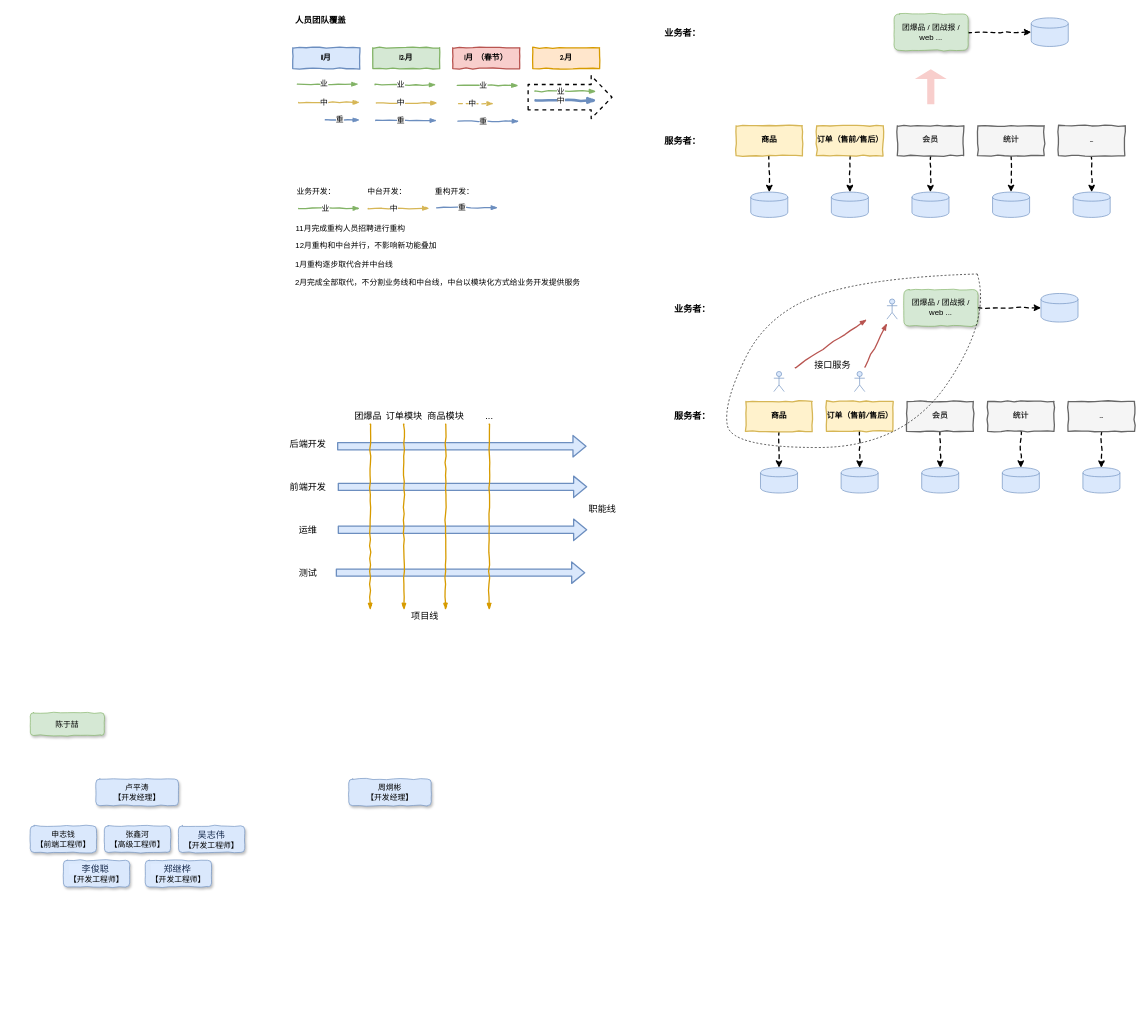
Before: 推圈.drawio in chenyz/EGOTableViewPullRefresh, a draw.io diagram. Source tidied: cells renumbered, new cells numbered last; positions are measured from the earlier drawing's top-left corner, leaving out a move shared by most shapes. Both pictures are drawn from the tidied source at 65%, with x=0, y=0 at pixel (30, 14).
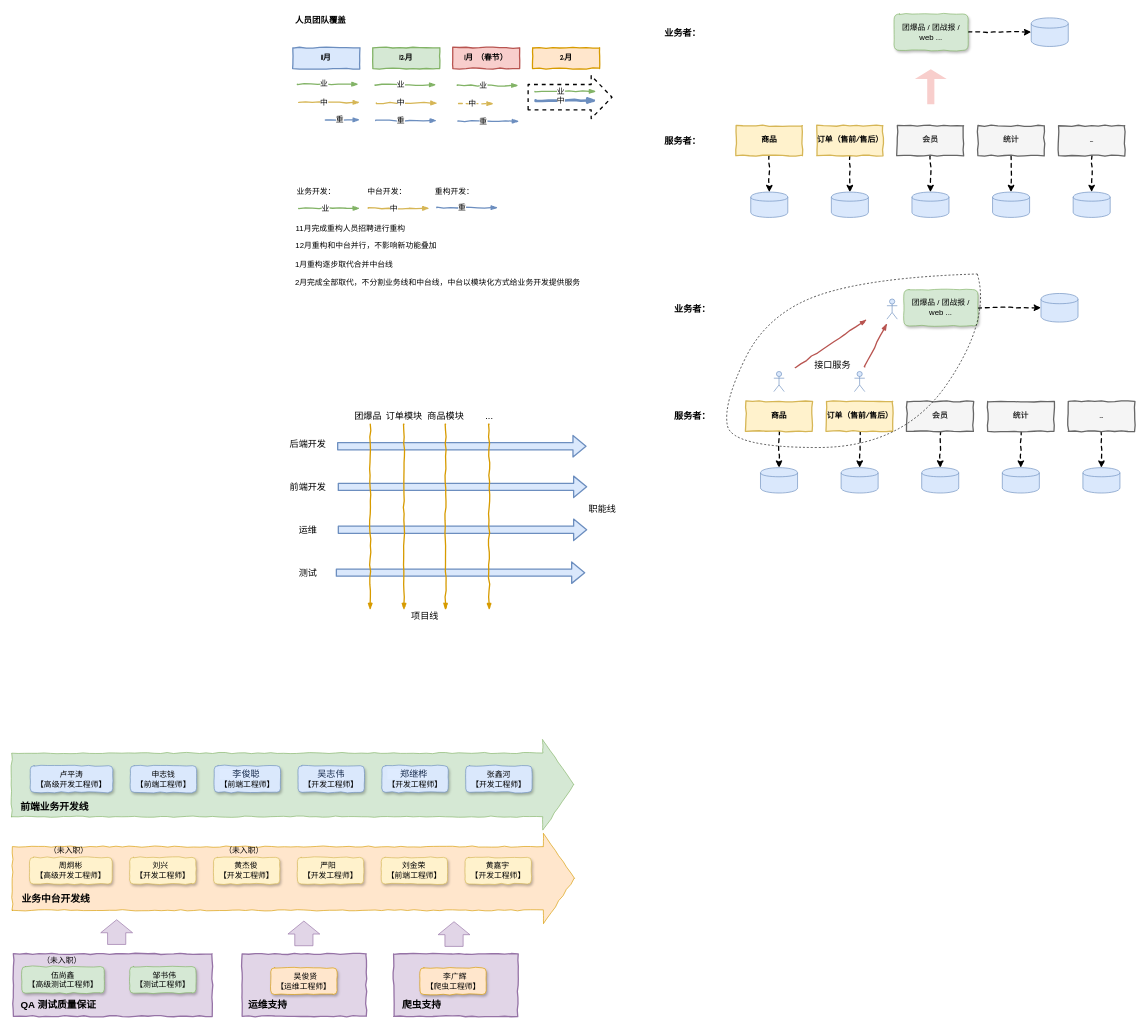
Above is the later version.

Diff of the diagram source:
```diff
@@
+    <mxCell id="117" style="html=1;whiteSpace=wrap;comic=1;strokeWidth=2;fontFamily=Comic Sans MS;fontStyle=1;rounded=0;shadow=0;fillColor=#e1d5e7;strokeColor=#9673a6;" parent="1" vertex="1">
+      <mxGeometry x="559" y="1446" width="191" height="96" as="geometry" />
+    </mxCell>
+    <mxCell id="118" style="html=1;whiteSpace=wrap;comic=1;strokeWidth=2;fontFamily=Comic Sans MS;fontStyle=1;rounded=0;shadow=0;fillColor=#e1d5e7;strokeColor=#9673a6;" parent="1" vertex="1">
+      <mxGeometry x="326" y="1446" width="191" height="96" as="geometry" />
+    </mxCell>
+    <mxCell id="119" style="html=1;whiteSpace=wrap;comic=1;strokeWidth=2;fontFamily=Comic Sans MS;fontStyle=1;rounded=0;shadow=0;fillColor=#e1d5e7;strokeColor=#9673a6;" parent="1" vertex="1">
+      <mxGeometry x="-26" y="1446" width="306" height="96" as="geometry" />
+    </mxCell>
+    <mxCell id="120" style="shape=flexArrow;endArrow=classic;html=1;comic=1;endWidth=40;endSize=15.67;width=98;fillColor=#ffe6cc;strokeColor=#d79b00;" parent="1" edge="1">
+      <mxGeometry relative="1" as="geometry">
+        <mxPoint x="-28" y="1330" as="sourcePoint" />
+        <mxPoint x="838" y="1330" as="targetPoint" />
+      </mxGeometry>
+    </mxCell>
+    <mxCell id="121" style="shape=flexArrow;endArrow=classic;html=1;comic=1;endWidth=40;endSize=15.67;width=98;fillColor=#d5e8d4;strokeColor=#82b366;" parent="1" edge="1">
+      <mxGeometry relative="1" as="geometry">
+        <mxPoint x="-29" y="1186" as="sourcePoint" />
+        <mxPoint x="837" y="1186" as="targetPoint" />
+      </mxGeometry>
+    </mxCell>
@@
-    <mxCell id="109" value="陈于喆" style="rounded=1;whiteSpace=wrap;html=1;shadow=1;comic=1;fillColor=#d5e8d4;strokeColor=#82b366;" parent="1" vertex="1">
-      <mxGeometry y="1075" width="114" height="35" as="geometry" />
-    </mxCell>
-    <mxCell id="110" value="卢平涛&lt;br&gt;【开发经理】" style="rounded=1;whiteSpace=wrap;html=1;shadow=1;comic=1;fillColor=#dae8fc;strokeColor=#6c8ebf;" parent="1" vertex="1">
-      <mxGeometry x="101" y="1177" width="127" height="41" as="geometry" />
+    <mxCell id="110" value="卢平涛&lt;br&gt;【高级开发工程师】" style="rounded=1;whiteSpace=wrap;html=1;shadow=1;comic=1;fillColor=#dae8fc;strokeColor=#6c8ebf;" parent="1" vertex="1">
+      <mxGeometry y="1156.5" width="127" height="41" as="geometry" />
     </mxCell>
     <mxCell id="111" value="申志钱&lt;br&gt;【前端工程师】" style="rounded=1;whiteSpace=wrap;html=1;shadow=1;comic=1;fillColor=#dae8fc;strokeColor=#6c8ebf;" parent="1" vertex="1">
-      <mxGeometry y="1249" width="102" height="41" as="geometry" />
+      <mxGeometry x="154" y="1156.5" width="102" height="41" as="geometry" />
     </mxCell>
-    <mxCell id="112" value="张鑫河&lt;br&gt;【高级工程师】" style="rounded=1;whiteSpace=wrap;html=1;shadow=1;comic=1;fillColor=#dae8fc;strokeColor=#6c8ebf;" parent="1" vertex="1">
-      <mxGeometry x="114" y="1249" width="102" height="41" as="geometry" />
+    <mxCell id="112" value="张鑫河&lt;br&gt;【开发工程师】" style="rounded=1;whiteSpace=wrap;html=1;shadow=1;comic=1;fillColor=#dae8fc;strokeColor=#6c8ebf;" parent="1" vertex="1">
+      <mxGeometry x="670" y="1156.5" width="102" height="41" as="geometry" />
     </mxCell>
     <mxCell id="113" value="&lt;span style=&quot;color: rgb(23 , 43 , 77) ; font-family: , , &amp;#34;segoe ui&amp;#34; , &amp;#34;roboto&amp;#34; , &amp;#34;oxygen&amp;#34; , &amp;#34;ubuntu&amp;#34; , &amp;#34;fira sans&amp;#34; , &amp;#34;droid sans&amp;#34; , &amp;#34;helvetica neue&amp;#34; , sans-serif ; font-size: 14px ; text-align: left ; background-color: rgb(222 , 235 , 255)&quot;&gt;吴志伟&lt;/span&gt;&lt;br&gt;【开发工程师】" style="rounded=1;whiteSpace=wrap;html=1;shadow=1;comic=1;fillColor=#dae8fc;strokeColor=#6c8ebf;" parent="1" vertex="1">
-      <mxGeometry x="228" y="1249" width="102" height="41" as="geometry" />
+      <mxGeometry x="412" y="1156.5" width="102" height="41" as="geometry" />
     </mxCell>
     <mxCell id="114" value="&lt;div style=&quot;text-align: left&quot;&gt;&lt;span style=&quot;color: rgb(23 , 43 , 77) ; font-family: , , &amp;#34;segoe ui&amp;#34; , &amp;#34;roboto&amp;#34; , &amp;#34;oxygen&amp;#34; , &amp;#34;ubuntu&amp;#34; , &amp;#34;fira sans&amp;#34; , &amp;#34;droid sans&amp;#34; , &amp;#34;helvetica neue&amp;#34; , sans-serif ; font-size: 14px ; background-color: rgb(222 , 235 , 255)&quot;&gt;&amp;nbsp; &amp;nbsp; &amp;nbsp;郑继桦&lt;/span&gt;&lt;br&gt;&lt;/div&gt;【开发工程师】" style="rounded=1;whiteSpace=wrap;html=1;shadow=1;comic=1;fillColor=#dae8fc;strokeColor=#6c8ebf;" parent="1" vertex="1">
-      <mxGeometry x="177" y="1302" width="102" height="41" as="geometry" />
+      <mxGeometry x="541" y="1156.5" width="102" height="41" as="geometry" />
     </mxCell>
-    <mxCell id="115" value="&lt;div style=&quot;text-align: left&quot;&gt;&lt;span style=&quot;color: rgb(23 , 43 , 77) ; font-family: , , &amp;#34;segoe ui&amp;#34; , &amp;#34;roboto&amp;#34; , &amp;#34;oxygen&amp;#34; , &amp;#34;ubuntu&amp;#34; , &amp;#34;fira sans&amp;#34; , &amp;#34;droid sans&amp;#34; , &amp;#34;helvetica neue&amp;#34; , sans-serif ; font-size: 14px ; background-color: rgb(222 , 235 , 255)&quot;&gt;&amp;nbsp; &amp;nbsp; &amp;nbsp;李俊聪&lt;/span&gt;&lt;br&gt;&lt;/div&gt;【开发工程师】" style="rounded=1;whiteSpace=wrap;html=1;shadow=1;comic=1;fillColor=#dae8fc;strokeColor=#6c8ebf;" parent="1" vertex="1">
-      <mxGeometry x="51" y="1302" width="102" height="41" as="geometry" />
+    <mxCell id="115" value="&lt;div style=&quot;text-align: left&quot;&gt;&lt;span style=&quot;color: rgb(23 , 43 , 77) ; font-family: , , &amp;#34;segoe ui&amp;#34; , &amp;#34;roboto&amp;#34; , &amp;#34;oxygen&amp;#34; , &amp;#34;ubuntu&amp;#34; , &amp;#34;fira sans&amp;#34; , &amp;#34;droid sans&amp;#34; , &amp;#34;helvetica neue&amp;#34; , sans-serif ; font-size: 14px ; background-color: rgb(222 , 235 , 255)&quot;&gt;&amp;nbsp; &amp;nbsp; &amp;nbsp;李俊聪&lt;/span&gt;&lt;br&gt;&lt;/div&gt;【前端工程师】" style="rounded=1;whiteSpace=wrap;html=1;shadow=1;comic=1;fillColor=#dae8fc;strokeColor=#6c8ebf;" parent="1" vertex="1">
+      <mxGeometry x="283" y="1156.5" width="102" height="41" as="geometry" />
     </mxCell>
-    <mxCell id="116" value="周炯彬&lt;br&gt;【开发经理】" style="rounded=1;whiteSpace=wrap;html=1;shadow=1;comic=1;fillColor=#dae8fc;strokeColor=#6c8ebf;" parent="1" vertex="1">
-      <mxGeometry x="490" y="1177" width="127" height="41" as="geometry" />
+    <mxCell id="116" value="周炯彬&lt;br&gt;【高级开发工程师】" style="rounded=1;whiteSpace=wrap;html=1;shadow=1;comic=1;fillColor=#fff2cc;strokeColor=#d6b656;" parent="1" vertex="1">
+      <mxGeometry x="-1" y="1297.5" width="127" height="41" as="geometry" />
     </mxCell>
+    <mxCell id="122" value="&lt;div style=&quot;text-align: left&quot;&gt;&amp;nbsp; &amp;nbsp; &amp;nbsp; &amp;nbsp; 刘兴&lt;/div&gt;【开发工程师】" style="rounded=1;whiteSpace=wrap;html=1;shadow=1;comic=1;fillColor=#fff2cc;strokeColor=#d6b656;" parent="1" vertex="1">
+      <mxGeometry x="153" y="1297.5" width="102" height="41" as="geometry" />
+    </mxCell>
+    <mxCell id="123" value="&lt;div style=&quot;text-align: left&quot;&gt;&amp;nbsp; &amp;nbsp; &amp;nbsp; &amp;nbsp;黄杰俊&lt;/div&gt;【开发工程师】" style="rounded=1;whiteSpace=wrap;html=1;shadow=1;comic=1;fillColor=#fff2cc;strokeColor=#d6b656;" parent="1" vertex="1">
+      <mxGeometry x="282" y="1297.5" width="102" height="41" as="geometry" />
+    </mxCell>
+    <mxCell id="124" value="&lt;div style=&quot;text-align: left&quot;&gt;&amp;nbsp; &amp;nbsp; &amp;nbsp; &amp;nbsp; 严阳&lt;/div&gt;【开发工程师】" style="rounded=1;whiteSpace=wrap;html=1;shadow=1;comic=1;fillColor=#fff2cc;strokeColor=#d6b656;" parent="1" vertex="1">
+      <mxGeometry x="411" y="1297.5" width="102" height="41" as="geometry" />
+    </mxCell>
+    <mxCell id="125" value="&lt;div style=&quot;text-align: left&quot;&gt;&amp;nbsp; &amp;nbsp; &amp;nbsp; &amp;nbsp;刘金荣&lt;/div&gt;【前端工程师】" style="rounded=1;whiteSpace=wrap;html=1;shadow=1;comic=1;fillColor=#fff2cc;strokeColor=#d6b656;" parent="1" vertex="1">
+      <mxGeometry x="540" y="1297.5" width="102" height="41" as="geometry" />
+    </mxCell>
+    <mxCell id="126" value="&lt;div style=&quot;text-align: left&quot;&gt;&amp;nbsp; &amp;nbsp; &amp;nbsp; &amp;nbsp;黄嘉宇&lt;/div&gt;【开发工程师】" style="rounded=1;whiteSpace=wrap;html=1;shadow=1;comic=1;fillColor=#fff2cc;strokeColor=#d6b656;" parent="1" vertex="1">
+      <mxGeometry x="669" y="1297.5" width="102" height="41" as="geometry" />
+    </mxCell>
+    <mxCell id="127" value="伍尚鑫&lt;br&gt;【高级测试工程师】" style="rounded=1;whiteSpace=wrap;html=1;shadow=1;comic=1;fillColor=#d5e8d4;strokeColor=#82b366;" parent="1" vertex="1">
+      <mxGeometry x="-13" y="1465.5" width="127" height="41" as="geometry" />
+    </mxCell>
+    <mxCell id="128" value="&lt;div style=&quot;text-align: left&quot;&gt;&amp;nbsp; &amp;nbsp; &amp;nbsp; &amp;nbsp; 邹书伟&lt;/div&gt;【测试工程师】" style="rounded=1;whiteSpace=wrap;html=1;shadow=1;comic=1;fillColor=#d5e8d4;strokeColor=#82b366;" parent="1" vertex="1">
+      <mxGeometry x="153" y="1465.5" width="102" height="41" as="geometry" />
+    </mxCell>
+    <mxCell id="129" style="shape=flexArrow;endArrow=classic;html=1;width=28;endSize=6.33;fillColor=#e1d5e7;strokeColor=#9673a6;" parent="1" edge="1">
+      <mxGeometry relative="1" as="geometry">
+        <mxPoint x="133" y="1432" as="sourcePoint" />
+        <mxPoint x="133" y="1393" as="targetPoint" />
+      </mxGeometry>
+    </mxCell>
+    <mxCell id="130" value="（未入职）" style="text;html=1;strokeColor=none;fillColor=none;align=center;verticalAlign=middle;whiteSpace=wrap;rounded=0;shadow=0;" parent="1" vertex="1">
+      <mxGeometry x="24" y="1278" width="71" height="20" as="geometry" />
+    </mxCell>
+    <mxCell id="131" value="（未入职）" style="text;html=1;strokeColor=none;fillColor=none;align=center;verticalAlign=middle;whiteSpace=wrap;rounded=0;shadow=0;" parent="1" vertex="1">
+      <mxGeometry x="285" y="1278" width="88" height="20" as="geometry" />
+    </mxCell>
+    <mxCell id="132" value="（未入职）" style="text;html=1;strokeColor=none;fillColor=none;align=center;verticalAlign=middle;whiteSpace=wrap;rounded=0;shadow=0;" parent="1" vertex="1">
+      <mxGeometry x="18" y="1446" width="62" height="20" as="geometry" />
+    </mxCell>
+    <mxCell id="133" value="&lt;div style=&quot;text-align: left&quot;&gt;&amp;nbsp; &amp;nbsp; &amp;nbsp; &amp;nbsp; 吴俊贤&lt;/div&gt;【运维工程师】" style="rounded=1;whiteSpace=wrap;html=1;shadow=1;comic=1;fillColor=#ffe6cc;strokeColor=#d79b00;" parent="1" vertex="1">
+      <mxGeometry x="370" y="1467.5" width="102" height="41" as="geometry" />
+    </mxCell>
+    <mxCell id="134" value="&lt;font style=&quot;font-size: 15px&quot;&gt;前端业务开发线&lt;/font&gt;" style="text;strokeColor=none;fillColor=none;html=1;fontSize=24;fontStyle=1;verticalAlign=middle;align=center;rounded=0;shadow=0;" parent="1" vertex="1">
+      <mxGeometry y="1203" width="74" height="28" as="geometry" />
+    </mxCell>
+    <mxCell id="135" style="shape=flexArrow;endArrow=classic;html=1;width=28;endSize=6.33;fillColor=#e1d5e7;strokeColor=#9673a6;" parent="1" edge="1">
+      <mxGeometry relative="1" as="geometry">
+        <mxPoint x="421" y="1434" as="sourcePoint" />
+        <mxPoint x="421" y="1395" as="targetPoint" />
+      </mxGeometry>
+    </mxCell>
+    <mxCell id="136" value="&lt;font style=&quot;font-size: 15px&quot;&gt;业务中台开发线&lt;/font&gt;" style="text;strokeColor=none;fillColor=none;html=1;fontSize=24;fontStyle=1;verticalAlign=middle;align=center;rounded=0;shadow=0;" parent="1" vertex="1">
+      <mxGeometry x="2" y="1343.5" width="74" height="28" as="geometry" />
+    </mxCell>
+    <mxCell id="137" value="&lt;font style=&quot;font-size: 15px&quot;&gt;QA 测试质量保证&lt;/font&gt;" style="text;strokeColor=none;fillColor=none;html=1;fontSize=24;fontStyle=1;verticalAlign=middle;align=center;rounded=0;shadow=0;" parent="1" vertex="1">
+      <mxGeometry x="-7.5" y="1502" width="100" height="40" as="geometry" />
+    </mxCell>
+    <mxCell id="138" value="&lt;span style=&quot;font-size: 15px&quot;&gt;运维支持&lt;/span&gt;" style="text;strokeColor=none;fillColor=none;html=1;fontSize=24;fontStyle=1;verticalAlign=middle;align=center;rounded=0;shadow=0;" parent="1" vertex="1">
+      <mxGeometry x="315" y="1502" width="100" height="40" as="geometry" />
+    </mxCell>
+    <mxCell id="139" value="&lt;div style=&quot;text-align: left&quot;&gt;&amp;nbsp; &amp;nbsp; &amp;nbsp; &amp;nbsp; 李广辉&lt;/div&gt;【爬虫工程师】" style="rounded=1;whiteSpace=wrap;html=1;shadow=1;comic=1;fillColor=#ffe6cc;strokeColor=#d79b00;" parent="1" vertex="1">
+      <mxGeometry x="599.5" y="1467.5" width="102" height="41" as="geometry" />
+    </mxCell>
+    <mxCell id="140" value="&lt;span style=&quot;font-size: 15px&quot;&gt;爬虫支持&lt;/span&gt;" style="text;strokeColor=none;fillColor=none;html=1;fontSize=24;fontStyle=1;verticalAlign=middle;align=center;rounded=0;shadow=0;" parent="1" vertex="1">
+      <mxGeometry x="552" y="1501.5" width="100" height="40" as="geometry" />
+    </mxCell>
+    <mxCell id="141" style="shape=flexArrow;endArrow=classic;html=1;width=28;endSize=6.33;fillColor=#e1d5e7;strokeColor=#9673a6;" parent="1" edge="1">
+      <mxGeometry relative="1" as="geometry">
+        <mxPoint x="652" y="1435" as="sourcePoint" />
+        <mxPoint x="652" y="1396" as="targetPoint" />
+      </mxGeometry>
+    </mxCell>
```
